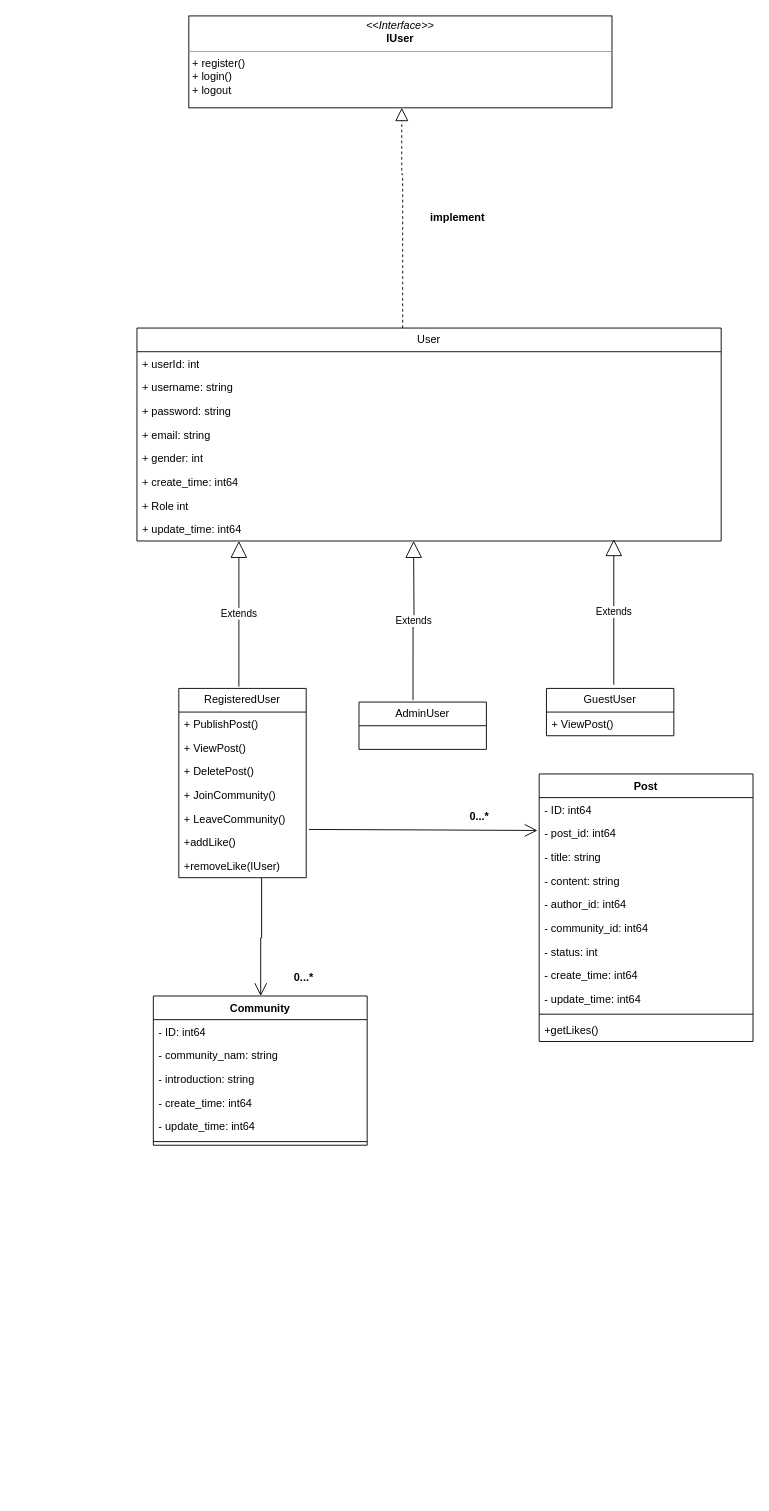
This is zhong_论坛类图.drawio from Forrest-Tao/draw.io, a draw.io file, before an edit. Source tidied: cells renumbered, new cells numbered last; positions are measured from the earlier drawing's top-left corner, leaving out a move shared by most shapes. Both pictures are drawn from the tidied source at 91%, with x=0, y=0 at pixel (136, 15).
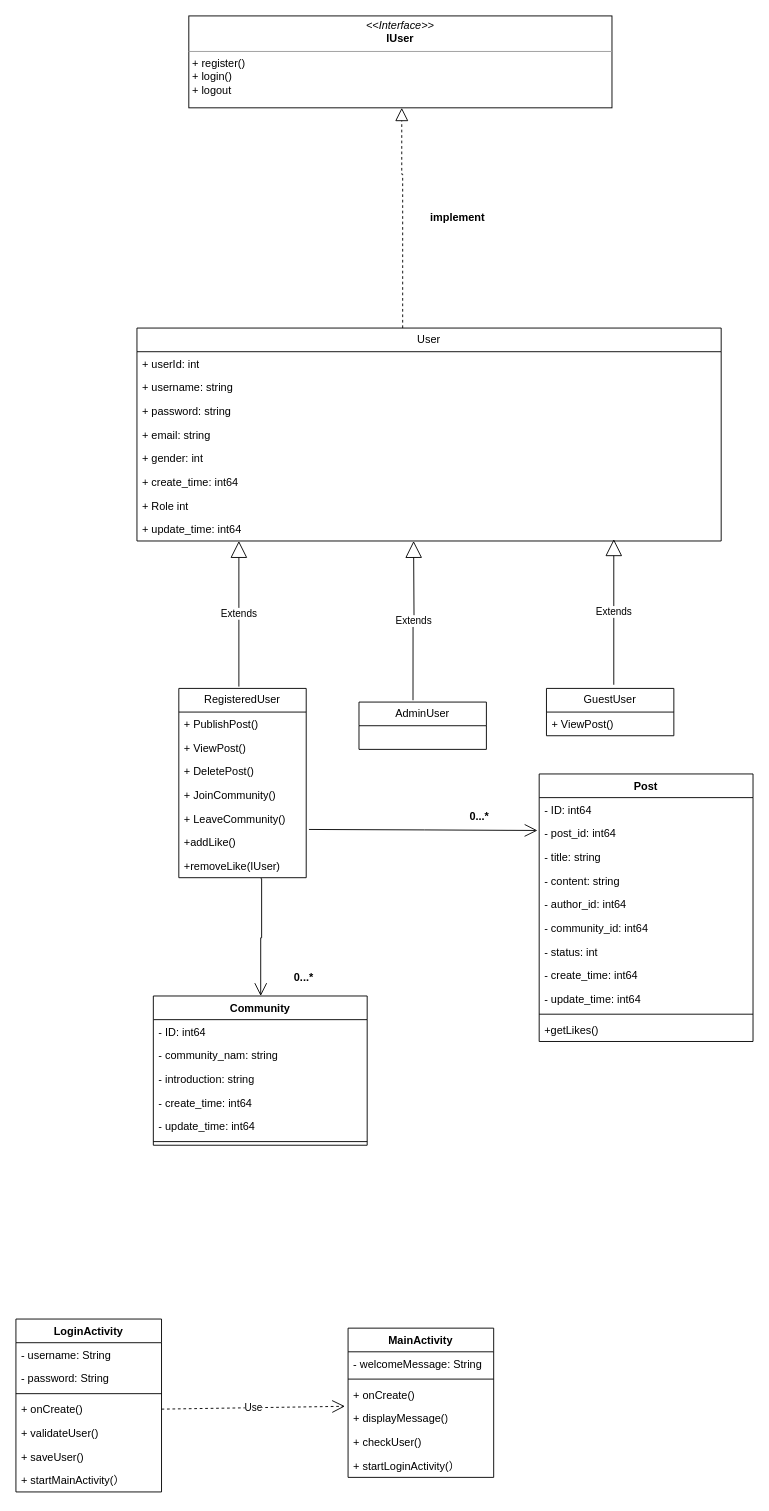
Above is the later version.

Commit message:
更新zhong_论坛类图.drawio

What changed in the source:
```diff
@@
+    <mxCell id="51" value="LoginActivity" style="swimlane;fontStyle=1;align=center;verticalAlign=top;horizontal=1;startSize=26;whiteSpace=wrap;html=1;" parent="1" vertex="1">
+      <mxGeometry x="-133" y="1432" width="160" height="190" as="geometry" />
+    </mxCell>
+    <mxCell id="52" value="-&amp;nbsp;username: String&lt;div&gt;&lt;br&gt;&lt;/div&gt;" style="text;strokeColor=none;fillColor=none;align=left;verticalAlign=top;spacingLeft=4;spacingRight=4;overflow=hidden;whiteSpace=wrap;html=1;" parent="51" vertex="1">
+      <mxGeometry y="26" width="160" height="26" as="geometry" />
+    </mxCell>
+    <mxCell id="53" value="- password: String " style="text;strokeColor=none;fillColor=none;align=left;verticalAlign=top;spacingLeft=4;spacingRight=4;overflow=hidden;whiteSpace=wrap;html=1;" parent="51" vertex="1">
+      <mxGeometry y="52" width="160" height="26" as="geometry" />
+    </mxCell>
+    <mxCell id="54" style="line;strokeWidth=1;fillColor=none;align=left;verticalAlign=middle;spacingTop=-1;spacingLeft=3;spacingRight=3;labelPosition=right;strokeColor=inherit;" parent="51" vertex="1">
+      <mxGeometry y="78" width="160" height="8" as="geometry" />
+    </mxCell>
+    <mxCell id="55" value="+ &lt;span class=&quot;hljs-built_in&quot;&gt;onCreate&lt;/span&gt;()" style="text;strokeColor=none;fillColor=none;align=left;verticalAlign=top;spacingLeft=4;spacingRight=4;overflow=hidden;points=[[0,0.5],[1,0.5]];portConstraint=eastwest;whiteSpace=wrap;html=1;" parent="51" vertex="1">
+      <mxGeometry y="86" width="160" height="26" as="geometry" />
+    </mxCell>
+    <mxCell id="56" value="+&amp;nbsp;&lt;span class=&quot;hljs-built_in&quot;&gt;validateUser&lt;/span&gt;()&amp;nbsp;" style="text;strokeColor=none;fillColor=none;align=left;verticalAlign=top;spacingLeft=4;spacingRight=4;overflow=hidden;whiteSpace=wrap;html=1;" parent="51" vertex="1">
+      <mxGeometry y="112" width="160" height="26" as="geometry" />
+    </mxCell>
+    <mxCell id="57" value="+ &lt;span class=&quot;hljs-built_in&quot;&gt;saveUser&lt;/span&gt;()&amp;nbsp;&amp;nbsp;" style="text;strokeColor=none;fillColor=none;align=left;verticalAlign=top;spacingLeft=4;spacingRight=4;overflow=hidden;whiteSpace=wrap;html=1;" parent="51" vertex="1">
+      <mxGeometry y="138" width="160" height="26" as="geometry" />
+    </mxCell>
+    <mxCell id="58" value="+ &lt;span class=&quot;hljs-built_in&quot;&gt;startMainActivity&lt;/span&gt;(）" style="text;strokeColor=none;fillColor=none;align=left;verticalAlign=top;spacingLeft=4;spacingRight=4;overflow=hidden;whiteSpace=wrap;html=1;" parent="51" vertex="1">
+      <mxGeometry y="164" width="160" height="26" as="geometry" />
+    </mxCell>
+    <mxCell id="59" value="MainActivity" style="swimlane;fontStyle=1;align=center;verticalAlign=top;horizontal=1;startSize=26;whiteSpace=wrap;html=1;" parent="1" vertex="1">
+      <mxGeometry x="232" y="1442" width="160" height="164" as="geometry" />
+    </mxCell>
+    <mxCell id="60" value="&lt;div&gt;- welcomeMessage: String&amp;nbsp;&lt;br&gt;&lt;/div&gt;" style="text;strokeColor=none;fillColor=none;align=left;verticalAlign=top;spacingLeft=4;spacingRight=4;overflow=hidden;whiteSpace=wrap;html=1;" parent="59" vertex="1">
+      <mxGeometry y="26" width="160" height="26" as="geometry" />
+    </mxCell>
+    <mxCell id="61" style="line;strokeWidth=1;fillColor=none;align=left;verticalAlign=middle;spacingTop=-1;spacingLeft=3;spacingRight=3;labelPosition=right;strokeColor=inherit;" parent="59" vertex="1">
+      <mxGeometry y="52" width="160" height="8" as="geometry" />
+    </mxCell>
+    <mxCell id="62" value="+ &lt;span class=&quot;hljs-built_in&quot;&gt;onCreate&lt;/span&gt;()" style="text;strokeColor=none;fillColor=none;align=left;verticalAlign=top;spacingLeft=4;spacingRight=4;overflow=hidden;points=[[0,0.5],[1,0.5]];portConstraint=eastwest;whiteSpace=wrap;html=1;" parent="59" vertex="1">
+      <mxGeometry y="60" width="160" height="26" as="geometry" />
+    </mxCell>
+    <mxCell id="63" value="+ &lt;span class=&quot;hljs-built_in&quot;&gt;displayMessage&lt;/span&gt;()" style="text;strokeColor=none;fillColor=none;align=left;verticalAlign=top;spacingLeft=4;spacingRight=4;overflow=hidden;whiteSpace=wrap;html=1;" parent="59" vertex="1">
+      <mxGeometry y="86" width="160" height="26" as="geometry" />
+    </mxCell>
+    <mxCell id="64" value="+&amp;nbsp;&lt;span class=&quot;hljs-built_in&quot;&gt;checkUser&lt;/span&gt;()&amp;nbsp;&amp;nbsp;&amp;nbsp;" style="text;strokeColor=none;fillColor=none;align=left;verticalAlign=top;spacingLeft=4;spacingRight=4;overflow=hidden;whiteSpace=wrap;html=1;" parent="59" vertex="1">
+      <mxGeometry y="112" width="160" height="26" as="geometry" />
+    </mxCell>
+    <mxCell id="65" value="+ &lt;span class=&quot;hljs-built_in&quot;&gt;startLoginActivity&lt;/span&gt;(）" style="text;strokeColor=none;fillColor=none;align=left;verticalAlign=top;spacingLeft=4;spacingRight=4;overflow=hidden;whiteSpace=wrap;html=1;" parent="59" vertex="1">
+      <mxGeometry y="138" width="160" height="26" as="geometry" />
+    </mxCell>
+    <mxCell id="66" value="Use" style="endArrow=open;endSize=12;dashed=1;html=1;rounded=0;exitX=1;exitY=0.5;exitDx=0;exitDy=0;entryX=-0.021;entryY=0.995;entryDx=0;entryDy=0;entryPerimeter=0;" parent="1" edge="1" source="55" target="62">
+      <mxGeometry relative="1" as="geometry" />
+    </mxCell>
```
